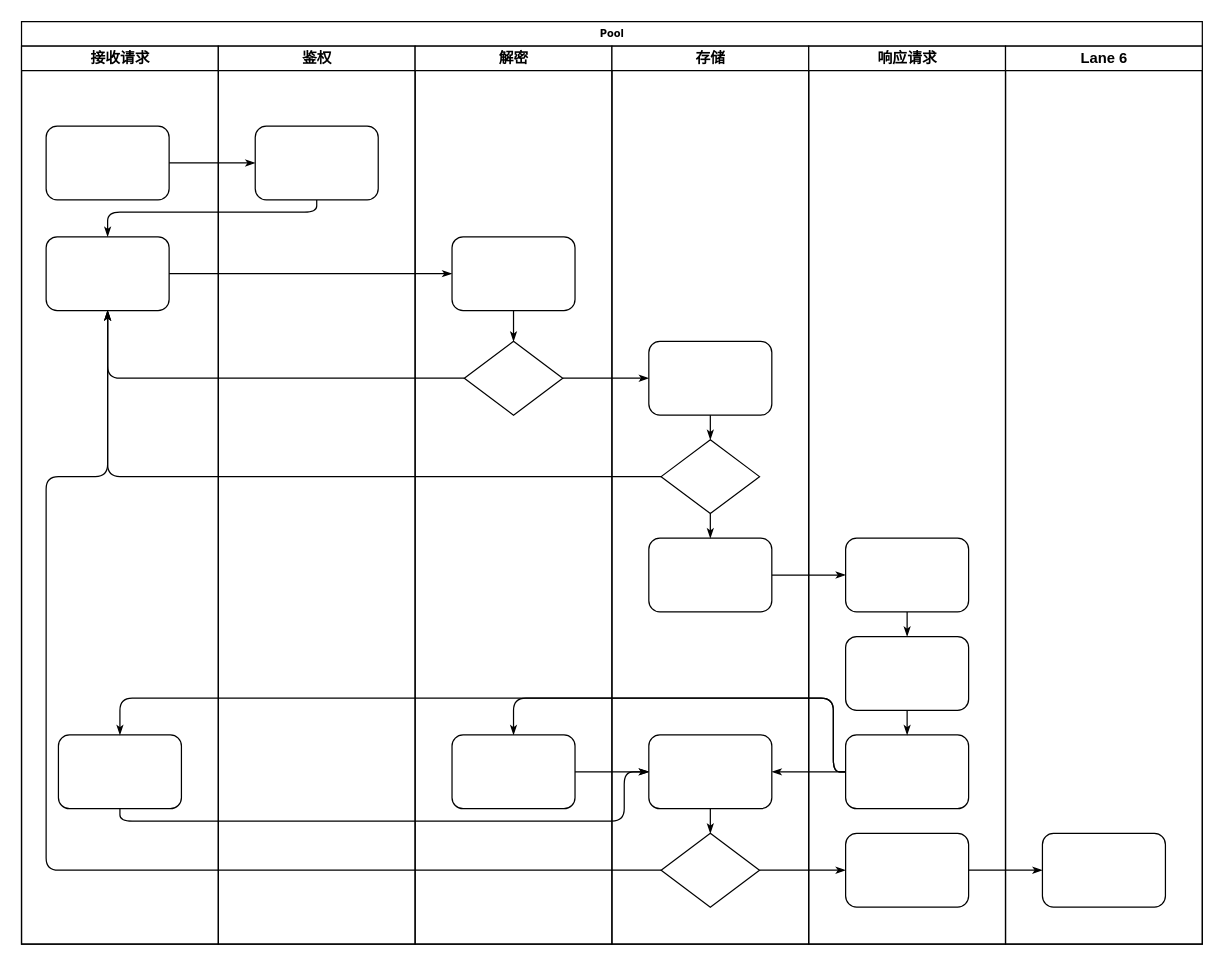
The draw.io diagram uploadEncryptData.drawio in jeefs/mindGraph, before the edit. Source tidied: cells renumbered, new cells numbered last; positions are measured from the earlier drawing's top-left corner, leaving out a move shared by most shapes. Both pictures are drawn from the tidied source at 123%, with x=0, y=0 at pixel (21, 21).
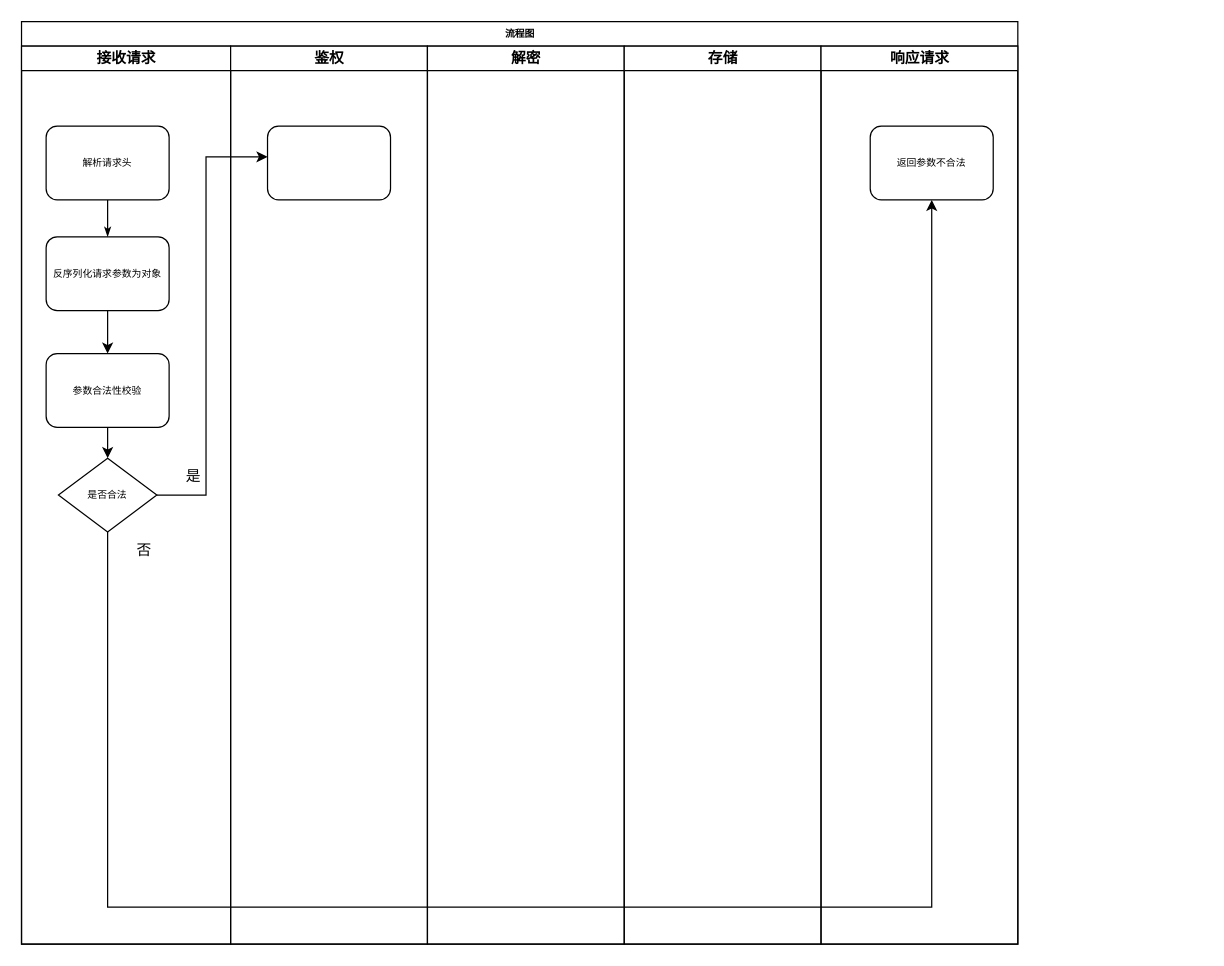
Above is the later version.

Change to the diagram source:
```diff
@@
-    <mxCell id="2" value="Pool" style="swimlane;html=1;startSize=20;rounded=0;shadow=0;labelBackgroundColor=none;strokeWidth=1;fontFamily=Verdana;fontSize=8;align=center;" parent="1" vertex="1">
-      <mxGeometry width="960" height="750" as="geometry" />
+    <mxCell id="2" value="流程图" style="swimlane;html=1;startSize=20;rounded=0;shadow=0;labelBackgroundColor=none;strokeWidth=1;fontFamily=Verdana;fontSize=8;align=center;" parent="1" vertex="1">
+      <mxGeometry width="810" height="750" as="geometry" />
     </mxCell>
+    <mxCell id="47" style="group;" parent="2" vertex="1">
+      <mxGeometry y="20" width="810" height="730" as="geometry" />
+    </mxCell>
-    <mxCell id="3" value="接收请求" style="swimlane;html=1;startSize=20;" parent="2" vertex="1">
-      <mxGeometry y="20" width="160" height="730" as="geometry" />
+    <mxCell id="3" value="接收请求" style="swimlane;html=1;startSize=20;" parent="47" vertex="1">
+      <mxGeometry width="170" height="730" as="geometry" />
     </mxCell>
-    <mxCell id="4" style="rounded=1;whiteSpace=wrap;html=1;shadow=0;labelBackgroundColor=none;strokeWidth=1;fontFamily=Verdana;fontSize=8;align=center;" parent="3" vertex="1">
+    <mxCell id="4" value="解析请求头" style="rounded=1;whiteSpace=wrap;html=1;shadow=0;labelBackgroundColor=none;strokeWidth=1;fontFamily=Verdana;fontSize=8;align=center;" parent="3" vertex="1">
       <mxGeometry x="20" y="65" width="100" height="60" as="geometry" />
     </mxCell>
+    <mxCell id="48" style="edgeStyle=orthogonalEdgeStyle;rounded=0;jettySize=auto;html=1;" parent="3" edge="1" source="5" target="49">
+      <mxGeometry relative="1" as="geometry" />
+    </mxCell>
-    <mxCell id="5" style="rounded=1;whiteSpace=wrap;html=1;shadow=0;labelBackgroundColor=none;strokeWidth=1;fontFamily=Verdana;fontSize=8;align=center;" parent="3" vertex="1">
-      <mxGeometry x="20" y="155" width="100" height="60" as="geometry" />
+    <mxCell id="5" value="参数合法性校验" style="rounded=1;whiteSpace=wrap;html=1;shadow=0;labelBackgroundColor=none;strokeWidth=1;fontFamily=Verdana;fontSize=8;align=center;" parent="3" vertex="1">
+      <mxGeometry x="20" y="250" width="100" height="60" as="geometry" />
     </mxCell>
+    <mxCell id="8" style="edgeStyle=orthogonalEdgeStyle;rounded=0;jettySize=auto;html=1;" parent="3" edge="1" source="23" target="5">
+      <mxGeometry relative="1" as="geometry" />
+    </mxCell>
+    <mxCell id="23" value="反序列化请求参数为对象" style="rounded=1;whiteSpace=wrap;html=1;shadow=0;labelBackgroundColor=none;strokeWidth=1;fontFamily=Verdana;fontSize=8;align=center;" parent="3" vertex="1">
+      <mxGeometry x="20" y="155" width="100" height="60" as="geometry" />
+    </mxCell>
+    <mxCell id="7" style="edgeStyle=orthogonalEdgeStyle;rounded=1;html=1;labelBackgroundColor=none;startArrow=none;startFill=0;startSize=5;endArrow=classicThin;endFill=1;endSize=5;jettySize=auto;strokeWidth=1;fontFamily=Verdana;fontSize=8;" parent="3" edge="1" source="4" target="23">
+      <mxGeometry relative="1" as="geometry" />
+    </mxCell>
+    <mxCell id="49" value="是否合法" style="rhombus;whiteSpace=wrap;html=1;rounded=0;shadow=0;labelBackgroundColor=none;strokeWidth=1;fontFamily=Verdana;fontSize=8;align=center;" parent="3" vertex="1">
+      <mxGeometry x="30" y="335" width="80" height="60" as="geometry" />
+    </mxCell>
+    <mxCell id="50" value="是" style="text;strokeColor=none;align=center;fillColor=none;html=1;verticalAlign=middle;whiteSpace=wrap;rounded=0;" parent="3" vertex="1">
+      <mxGeometry x="110" y="335" width="60" height="30" as="geometry" />
+    </mxCell>
+    <mxCell id="51" value="否" style="text;strokeColor=none;align=center;fillColor=none;html=1;verticalAlign=middle;whiteSpace=wrap;rounded=0;" parent="3" vertex="1">
+      <mxGeometry x="70" y="395" width="60" height="30" as="geometry" />
+    </mxCell>
+    <mxCell id="22" value="鉴权" style="swimlane;html=1;startSize=20;" parent="47" vertex="1">
+      <mxGeometry x="170" width="160" height="730" as="geometry" />
+    </mxCell>
-    <mxCell id="6" style="rounded=1;whiteSpace=wrap;html=1;shadow=0;labelBackgroundColor=none;strokeWidth=1;fontFamily=Verdana;fontSize=8;align=center;" parent="3" vertex="1">
-      <mxGeometry x="30" y="560" width="100" height="60" as="geometry" />
+    <mxCell id="6" style="rounded=1;whiteSpace=wrap;html=1;shadow=0;labelBackgroundColor=none;strokeWidth=1;fontFamily=Verdana;fontSize=8;align=center;" parent="22" vertex="1">
+      <mxGeometry x="30" y="65" width="100" height="60" as="geometry" />
     </mxCell>
-    <mxCell id="7" style="edgeStyle=orthogonalEdgeStyle;rounded=1;html=1;labelBackgroundColor=none;startArrow=none;startFill=0;startSize=5;endArrow=classicThin;endFill=1;endSize=5;jettySize=auto;strokeWidth=1;fontFamily=Verdana;fontSize=8;" parent="2" edge="1" source="4" target="23">
-      <mxGeometry relative="1" as="geometry" />
-    </mxCell>
-    <mxCell id="8" style="edgeStyle=orthogonalEdgeStyle;rounded=1;html=1;labelBackgroundColor=none;startArrow=none;startFill=0;startSize=5;endArrow=classicThin;endFill=1;endSize=5;jettySize=auto;strokeWidth=1;fontFamily=Verdana;fontSize=8;" parent="2" edge="1" source="23" target="5">
-      <mxGeometry relative="1" as="geometry">
-        <Array as="points">
-          <mxPoint x="240" y="155" />
-          <mxPoint x="70" y="155" />
-        </Array>
-      </mxGeometry>
-    </mxCell>
-    <mxCell id="9" style="edgeStyle=orthogonalEdgeStyle;rounded=1;html=1;labelBackgroundColor=none;startArrow=none;startFill=0;startSize=5;endArrow=classicThin;endFill=1;endSize=5;jettySize=auto;strokeWidth=1;fontFamily=Verdana;fontSize=8;" parent="2" edge="1" source="5" target="25">
-      <mxGeometry relative="1" as="geometry" />
-    </mxCell>
-    <mxCell id="10" style="edgeStyle=orthogonalEdgeStyle;rounded=1;html=1;labelBackgroundColor=none;startArrow=none;startFill=0;startSize=5;endArrow=classicThin;endFill=1;endSize=5;jettySize=auto;strokeWidth=1;fontFamily=Verdana;fontSize=8;" parent="2" edge="1" source="26" target="5">
-      <mxGeometry relative="1" as="geometry" />
-    </mxCell>
-    <mxCell id="11" style="edgeStyle=orthogonalEdgeStyle;rounded=1;html=1;labelBackgroundColor=none;startArrow=none;startFill=0;startSize=5;endArrow=classicThin;endFill=1;endSize=5;jettySize=auto;strokeWidth=1;fontFamily=Verdana;fontSize=8;" parent="2" edge="1" source="31" target="5">
-      <mxGeometry relative="1" as="geometry" />
-    </mxCell>
-    <mxCell id="12" style="edgeStyle=orthogonalEdgeStyle;rounded=1;html=1;labelBackgroundColor=none;startArrow=none;startFill=0;startSize=5;endArrow=classicThin;endFill=1;endSize=5;jettySize=auto;strokeWidth=1;fontFamily=Verdana;fontSize=8;" parent="2" edge="1" source="34" target="5">
-      <mxGeometry relative="1" as="geometry">
-        <Array as="points">
-          <mxPoint x="20" y="690" />
-          <mxPoint x="20" y="370" />
-          <mxPoint x="70" y="370" />
-        </Array>
-      </mxGeometry>
-    </mxCell>
-    <mxCell id="13" style="edgeStyle=orthogonalEdgeStyle;rounded=1;html=1;labelBackgroundColor=none;startArrow=none;startFill=0;startSize=5;endArrow=classicThin;endFill=1;endSize=5;jettySize=auto;strokeWidth=1;fontFamily=Verdana;fontSize=8;" parent="2" edge="1" source="26" target="30">
-      <mxGeometry relative="1" as="geometry" />
-    </mxCell>
-    <mxCell id="14" style="edgeStyle=orthogonalEdgeStyle;rounded=1;html=1;labelBackgroundColor=none;startArrow=none;startFill=0;startSize=5;endArrow=classicThin;endFill=1;endSize=5;jettySize=auto;strokeWidth=1;fontFamily=Verdana;fontSize=8;" parent="2" edge="1" source="34" target="42">
-      <mxGeometry relative="1" as="geometry" />
-    </mxCell>
-    <mxCell id="15" style="edgeStyle=orthogonalEdgeStyle;rounded=1;html=1;labelBackgroundColor=none;startArrow=none;startFill=0;startSize=5;endArrow=classicThin;endFill=1;endSize=5;jettySize=auto;strokeWidth=1;fontFamily=Verdana;fontSize=8;" parent="2" edge="1" source="42" target="46">
-      <mxGeometry relative="1" as="geometry" />
-    </mxCell>
-    <mxCell id="16" style="edgeStyle=orthogonalEdgeStyle;rounded=1;html=1;labelBackgroundColor=none;startArrow=none;startFill=0;startSize=5;endArrow=classicThin;endFill=1;endSize=5;jettySize=auto;strokeWidth=1;fontFamily=Verdana;fontSize=8;" parent="2" edge="1" source="32" target="39">
-      <mxGeometry relative="1" as="geometry" />
-    </mxCell>
-    <mxCell id="17" style="edgeStyle=orthogonalEdgeStyle;rounded=1;html=1;labelBackgroundColor=none;startArrow=none;startFill=0;startSize=5;endArrow=classicThin;endFill=1;endSize=5;jettySize=auto;strokeWidth=1;fontFamily=Verdana;fontSize=8;" parent="2" edge="1" source="41" target="27">
-      <mxGeometry relative="1" as="geometry">
-        <Array as="points">
-          <mxPoint x="660" y="610" />
-          <mxPoint x="660" y="550" />
-          <mxPoint x="400" y="550" />
-        </Array>
-      </mxGeometry>
-    </mxCell>
-    <mxCell id="18" style="edgeStyle=orthogonalEdgeStyle;rounded=1;html=1;labelBackgroundColor=none;startArrow=none;startFill=0;startSize=5;endArrow=classicThin;endFill=1;endSize=5;jettySize=auto;strokeColor=#000000;strokeWidth=1;fontFamily=Verdana;fontSize=8;fontColor=#000000;" parent="2" edge="1" source="41" target="33">
-      <mxGeometry relative="1" as="geometry" />
-    </mxCell>
-    <mxCell id="19" style="edgeStyle=orthogonalEdgeStyle;rounded=1;html=1;labelBackgroundColor=none;startArrow=none;startFill=0;startSize=5;endArrow=classicThin;endFill=1;endSize=5;jettySize=auto;strokeWidth=1;fontFamily=Verdana;fontSize=8;" parent="2" edge="1" source="41" target="6">
-      <mxGeometry relative="1" as="geometry">
-        <Array as="points">
-          <mxPoint x="660" y="610" />
-          <mxPoint x="660" y="550" />
-          <mxPoint x="80" y="550" />
-        </Array>
-      </mxGeometry>
-    </mxCell>
-    <mxCell id="20" style="edgeStyle=orthogonalEdgeStyle;rounded=1;html=1;labelBackgroundColor=none;startArrow=none;startFill=0;startSize=5;endArrow=classicThin;endFill=1;endSize=5;jettySize=auto;strokeWidth=1;fontFamily=Verdana;fontSize=8;" parent="2" edge="1" source="6" target="33">
-      <mxGeometry relative="1" as="geometry">
-        <Array as="points">
-          <mxPoint x="80" y="650" />
-          <mxPoint x="490" y="650" />
-          <mxPoint x="490" y="610" />
-        </Array>
-      </mxGeometry>
-    </mxCell>
-    <mxCell id="21" style="edgeStyle=orthogonalEdgeStyle;rounded=1;html=1;labelBackgroundColor=none;startArrow=none;startFill=0;startSize=5;endArrow=classicThin;endFill=1;endSize=5;jettySize=auto;strokeWidth=1;fontFamily=Verdana;fontSize=8;" parent="2" edge="1" source="27" target="33">
-      <mxGeometry relative="1" as="geometry" />
-    </mxCell>
-    <mxCell id="22" value="鉴权" style="swimlane;html=1;startSize=20;" parent="2" vertex="1">
-      <mxGeometry x="160" y="20" width="160" height="730" as="geometry" />
-    </mxCell>
-    <mxCell id="23" style="rounded=1;whiteSpace=wrap;html=1;shadow=0;labelBackgroundColor=none;strokeWidth=1;fontFamily=Verdana;fontSize=8;align=center;" parent="22" vertex="1">
-      <mxGeometry x="30" y="65" width="100" height="60" as="geometry" />
-    </mxCell>
-    <mxCell id="24" value="解密" style="swimlane;html=1;startSize=20;" parent="2" vertex="1">
-      <mxGeometry x="320" y="20" width="160" height="730" as="geometry" />
+    <mxCell id="24" value="解密" style="swimlane;html=1;startSize=20;" parent="47" vertex="1">
+      <mxGeometry x="330" width="160" height="730" as="geometry" />
     </mxCell>
-    <mxCell id="25" style="rounded=1;whiteSpace=wrap;html=1;shadow=0;labelBackgroundColor=none;strokeWidth=1;fontFamily=Verdana;fontSize=8;align=center;" parent="24" vertex="1">
-      <mxGeometry x="30" y="155" width="100" height="60" as="geometry" />
-    </mxCell>
-    <mxCell id="26" style="rhombus;whiteSpace=wrap;html=1;rounded=0;shadow=0;labelBackgroundColor=none;strokeWidth=1;fontFamily=Verdana;fontSize=8;align=center;" parent="24" vertex="1">
-      <mxGeometry x="40" y="240" width="80" height="60" as="geometry" />
-    </mxCell>
-    <mxCell id="27" style="rounded=1;whiteSpace=wrap;html=1;shadow=0;labelBackgroundColor=none;strokeWidth=1;fontFamily=Verdana;fontSize=8;align=center;" parent="24" vertex="1">
-      <mxGeometry x="30" y="560" width="100" height="60" as="geometry" />
-    </mxCell>
-    <mxCell id="28" style="edgeStyle=orthogonalEdgeStyle;rounded=1;html=1;labelBackgroundColor=none;startArrow=none;startFill=0;startSize=5;endArrow=classicThin;endFill=1;endSize=5;jettySize=auto;strokeWidth=1;fontFamily=Verdana;fontSize=8;" parent="24" edge="1" source="25" target="26">
-      <mxGeometry relative="1" as="geometry" />
-    </mxCell>
-    <mxCell id="29" value="存储" style="swimlane;html=1;startSize=20;" parent="2" vertex="1">
-      <mxGeometry x="480" y="20" width="160" height="730" as="geometry" />
+    <mxCell id="29" value="存储" style="swimlane;html=1;startSize=20;" parent="47" vertex="1">
+      <mxGeometry x="490" width="160" height="730" as="geometry" />
     </mxCell>
-    <mxCell id="30" style="rounded=1;whiteSpace=wrap;html=1;shadow=0;labelBackgroundColor=none;strokeWidth=1;fontFamily=Verdana;fontSize=8;align=center;" parent="29" vertex="1">
-      <mxGeometry x="30" y="240" width="100" height="60" as="geometry" />
-    </mxCell>
-    <mxCell id="31" style="rhombus;whiteSpace=wrap;html=1;rounded=0;shadow=0;labelBackgroundColor=none;strokeWidth=1;fontFamily=Verdana;fontSize=8;align=center;" parent="29" vertex="1">
-      <mxGeometry x="40" y="320" width="80" height="60" as="geometry" />
-    </mxCell>
-    <mxCell id="32" style="rounded=1;whiteSpace=wrap;html=1;shadow=0;labelBackgroundColor=none;strokeWidth=1;fontFamily=Verdana;fontSize=8;align=center;" parent="29" vertex="1">
-      <mxGeometry x="30" y="400" width="100" height="60" as="geometry" />
-    </mxCell>
-    <mxCell id="33" style="rounded=1;whiteSpace=wrap;html=1;shadow=0;labelBackgroundColor=none;strokeWidth=1;fontFamily=Verdana;fontSize=8;align=center;" parent="29" vertex="1">
-      <mxGeometry x="30" y="560" width="100" height="60" as="geometry" />
-    </mxCell>
-    <mxCell id="34" style="rhombus;whiteSpace=wrap;html=1;rounded=0;shadow=0;labelBackgroundColor=none;strokeWidth=1;fontFamily=Verdana;fontSize=8;align=center;" parent="29" vertex="1">
-      <mxGeometry x="40" y="640" width="80" height="60" as="geometry" />
-    </mxCell>
-    <mxCell id="35" style="edgeStyle=orthogonalEdgeStyle;rounded=1;html=1;labelBackgroundColor=none;startArrow=none;startFill=0;startSize=5;endArrow=classicThin;endFill=1;endSize=5;jettySize=auto;strokeColor=#000000;strokeWidth=1;fontFamily=Verdana;fontSize=8;fontColor=#000000;" parent="29" edge="1" source="30" target="31">
-      <mxGeometry relative="1" as="geometry" />
-    </mxCell>
-    <mxCell id="36" style="edgeStyle=orthogonalEdgeStyle;rounded=1;html=1;labelBackgroundColor=none;startArrow=none;startFill=0;startSize=5;endArrow=classicThin;endFill=1;endSize=5;jettySize=auto;strokeWidth=1;fontFamily=Verdana;fontSize=8;" parent="29" edge="1" source="31" target="32">
-      <mxGeometry relative="1" as="geometry" />
-    </mxCell>
-    <mxCell id="37" style="edgeStyle=orthogonalEdgeStyle;rounded=1;html=1;labelBackgroundColor=none;startArrow=none;startFill=0;startSize=5;endArrow=classicThin;endFill=1;endSize=5;jettySize=auto;strokeWidth=1;fontFamily=Verdana;fontSize=8;" parent="29" edge="1" source="33" target="34">
-      <mxGeometry relative="1" as="geometry" />
-    </mxCell>
-    <mxCell id="38" value="响应请求" style="swimlane;html=1;startSize=20;" parent="2" vertex="1">
-      <mxGeometry x="640" y="20" width="160" height="730" as="geometry" />
+    <mxCell id="38" value="响应请求" style="swimlane;html=1;startSize=20;" parent="47" vertex="1">
+      <mxGeometry x="650" width="160" height="730" as="geometry" />
     </mxCell>
-    <mxCell id="39" style="rounded=1;whiteSpace=wrap;html=1;shadow=0;labelBackgroundColor=none;strokeWidth=1;fontFamily=Verdana;fontSize=8;align=center;" parent="38" vertex="1">
-      <mxGeometry x="30" y="400" width="100" height="60" as="geometry" />
-    </mxCell>
-    <mxCell id="40" style="rounded=1;whiteSpace=wrap;html=1;shadow=0;labelBackgroundColor=none;strokeWidth=1;fontFamily=Verdana;fontSize=8;align=center;" parent="38" vertex="1">
-      <mxGeometry x="30" y="480" width="100" height="60" as="geometry" />
-    </mxCell>
-    <mxCell id="41" style="rounded=1;whiteSpace=wrap;html=1;shadow=0;labelBackgroundColor=none;strokeWidth=1;fontFamily=Verdana;fontSize=8;align=center;" parent="38" vertex="1">
-      <mxGeometry x="30" y="560" width="100" height="60" as="geometry" />
-    </mxCell>
-    <mxCell id="42" style="rounded=1;whiteSpace=wrap;html=1;shadow=0;labelBackgroundColor=none;strokeWidth=1;fontFamily=Verdana;fontSize=8;align=center;" parent="38" vertex="1">
-      <mxGeometry x="30" y="640" width="100" height="60" as="geometry" />
-    </mxCell>
-    <mxCell id="43" style="edgeStyle=orthogonalEdgeStyle;rounded=1;html=1;labelBackgroundColor=none;startArrow=none;startFill=0;startSize=5;endArrow=classicThin;endFill=1;endSize=5;jettySize=auto;strokeWidth=1;fontFamily=Verdana;fontSize=8;" parent="38" edge="1" source="39" target="40">
-      <mxGeometry relative="1" as="geometry" />
-    </mxCell>
-    <mxCell id="44" style="edgeStyle=orthogonalEdgeStyle;rounded=1;html=1;labelBackgroundColor=none;startArrow=none;startFill=0;startSize=5;endArrow=classicThin;endFill=1;endSize=5;jettySize=auto;strokeWidth=1;fontFamily=Verdana;fontSize=8;" parent="38" edge="1" source="40" target="41">
-      <mxGeometry relative="1" as="geometry" />
-    </mxCell>
-    <mxCell id="45" value="Lane 6" style="swimlane;html=1;startSize=20;" parent="2" vertex="1">
-      <mxGeometry x="800" y="20" width="160" height="730" as="geometry" />
-    </mxCell>
-    <mxCell id="46" style="rounded=1;whiteSpace=wrap;html=1;shadow=0;labelBackgroundColor=none;strokeWidth=1;fontFamily=Verdana;fontSize=8;align=center;" parent="45" vertex="1">
-      <mxGeometry x="30" y="640" width="100" height="60" as="geometry" />
-    </mxCell>
+    <mxCell id="52" value="返回参数不合法" style="rounded=1;whiteSpace=wrap;html=1;shadow=0;labelBackgroundColor=none;strokeWidth=1;fontFamily=Verdana;fontSize=8;align=center;" parent="38" vertex="1">
+      <mxGeometry x="40" y="65" width="100" height="60" as="geometry" />
+    </mxCell>
+    <mxCell id="53" style="edgeStyle=orthogonalEdgeStyle;rounded=0;jettySize=auto;html=1;" parent="47" edge="1" source="49" target="6">
+      <mxGeometry relative="1" as="geometry">
+        <Array as="points">
+          <mxPoint x="150" y="365" />
+          <mxPoint x="150" y="90" />
+        </Array>
+      </mxGeometry>
+    </mxCell>
+    <mxCell id="54" style="edgeStyle=orthogonalEdgeStyle;rounded=0;jettySize=auto;html=1;" parent="47" edge="1" source="49" target="52">
+      <mxGeometry relative="1" as="geometry">
+        <Array as="points">
+          <mxPoint x="70" y="700" />
+          <mxPoint x="740" y="700" />
+        </Array>
+      </mxGeometry>
+    </mxCell>
```
